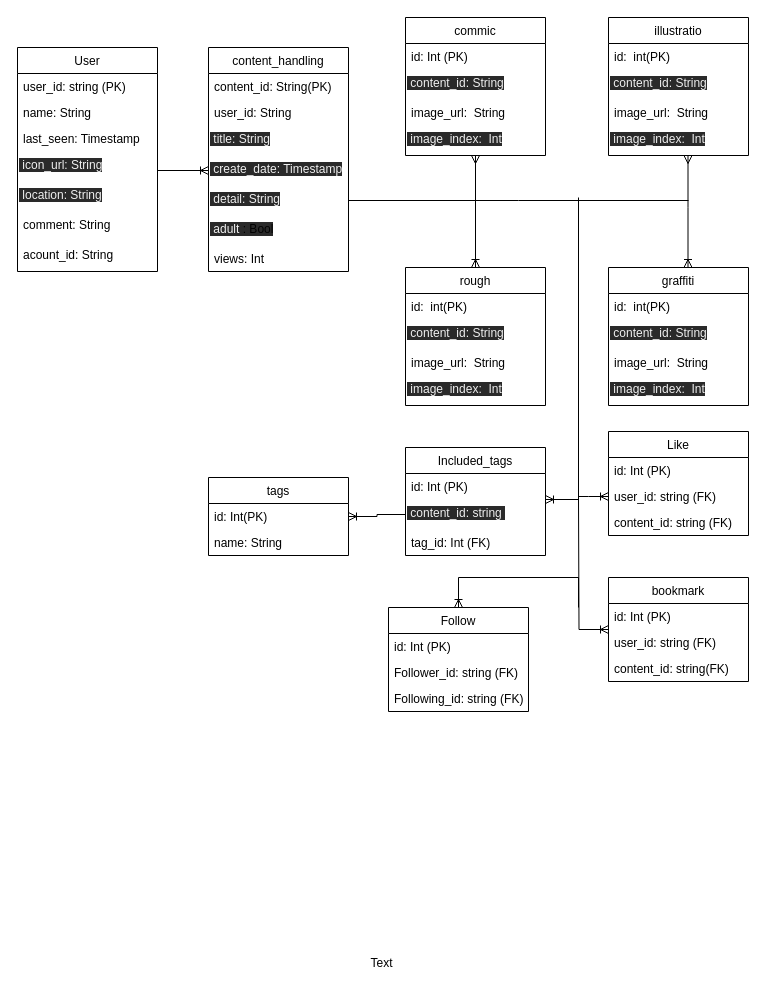
Earlier version of the draw.io diagram er.drawio (uechan9220/Shalust). Source tidied: cells renumbered, new cells numbered last; positions are measured from the earlier drawing's top-left corner, leaving out a move shared by most shapes. Both pictures are drawn from the tidied source at 100%, with x=0, y=0 at pixel (17, 17).
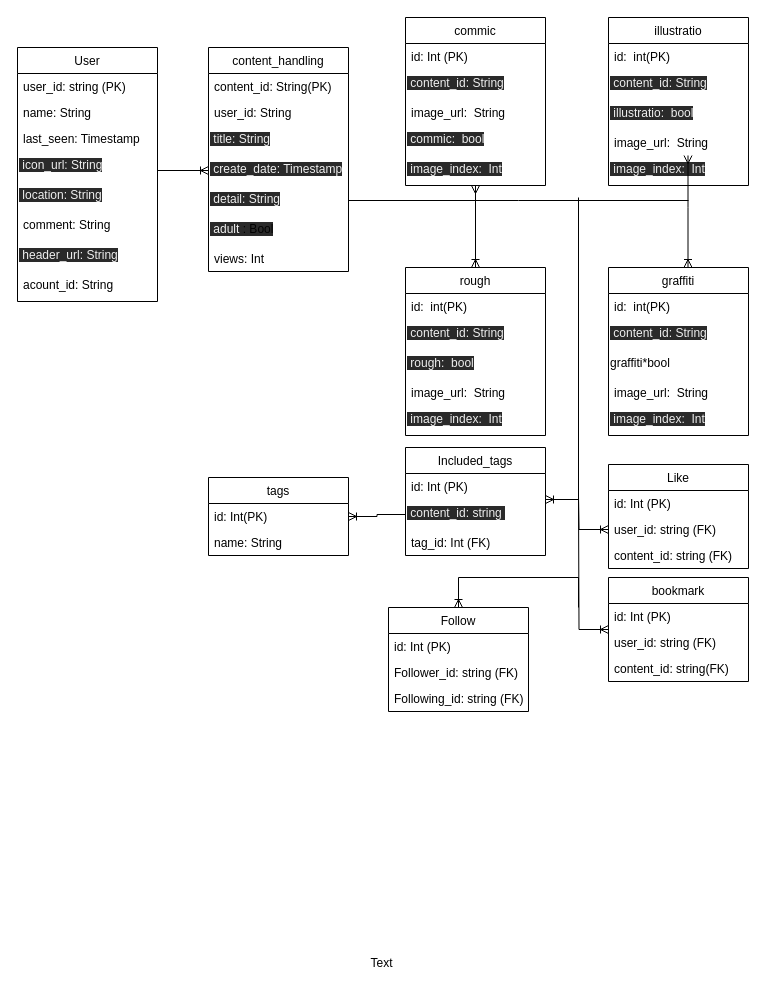
Above is the later version.

What changed in the source:
```diff
@@
     <mxCell id="2" value="User" style="swimlane;fontStyle=0;horizontal=1;startSize=26;fillColor=none;" parent="1" vertex="1">
-      <mxGeometry y="30" width="140" height="224" as="geometry" />
+      <mxGeometry y="30" width="140" height="254" as="geometry" />
     </mxCell>
@@
+    <mxCell id="68" value="&lt;span style=&quot;color: rgb(240 , 240 , 240) ; font-family: &amp;#34;helvetica&amp;#34; ; font-size: 12px ; font-style: normal ; font-weight: 400 ; letter-spacing: normal ; text-align: left ; text-indent: 0px ; text-transform: none ; word-spacing: 0px ; background-color: rgb(42 , 42 , 42) ; float: none ; display: inline&quot;&gt;&amp;nbsp;header_url: String&lt;/span&gt;" style="text;whiteSpace=wrap;html=1;" parent="2" vertex="1">
+      <mxGeometry y="194" width="140" height="30" as="geometry" />
+    </mxCell>
     <mxCell id="9" value="acount_id: String" style="text;strokeColor=none;fillColor=none;align=left;verticalAlign=top;spacingLeft=4;spacingRight=4;overflow=hidden;" parent="2" vertex="1">
-      <mxGeometry y="194" width="140" height="30" as="geometry" />
+      <mxGeometry y="224" width="140" height="30" as="geometry" />
     </mxCell>
@@
     <mxCell id="18" value="commic" style="swimlane;fontStyle=0;horizontal=1;startSize=26;fillColor=none;" parent="1" vertex="1">
-      <mxGeometry x="388" width="140" height="138" as="geometry" />
+      <mxGeometry x="388" width="140" height="168" as="geometry" />
     </mxCell>
@@
+    <mxCell id="69" value="&lt;span style=&quot;color: rgb(240 , 240 , 240) ; font-family: &amp;#34;helvetica&amp;#34; ; font-size: 12px ; font-style: normal ; font-weight: 400 ; letter-spacing: normal ; text-align: left ; text-indent: 0px ; text-transform: none ; word-spacing: 0px ; background-color: rgb(42 , 42 , 42) ; float: none ; display: inline&quot;&gt;&amp;nbsp;commic:&amp;nbsp; bool&lt;/span&gt;" style="text;whiteSpace=wrap;html=1;" parent="18" vertex="1">
+      <mxGeometry y="108" width="140" height="30" as="geometry" />
+    </mxCell>
     <mxCell id="22" value="&lt;span style=&quot;color: rgb(240 , 240 , 240) ; font-family: &amp;#34;helvetica&amp;#34; ; font-size: 12px ; font-style: normal ; font-weight: 400 ; letter-spacing: normal ; text-align: left ; text-indent: 0px ; text-transform: none ; word-spacing: 0px ; background-color: rgb(42 , 42 , 42) ; float: none ; display: inline&quot;&gt;&amp;nbsp;image_index:&amp;nbsp; Int&lt;/span&gt;" style="text;whiteSpace=wrap;html=1;" parent="18" vertex="1">
-      <mxGeometry y="108" width="140" height="30" as="geometry" />
+      <mxGeometry y="138" width="140" height="30" as="geometry" />
     </mxCell>
     <mxCell id="23" value="illustratio" style="swimlane;fontStyle=0;horizontal=1;startSize=26;fillColor=none;" parent="1" vertex="1">
-      <mxGeometry x="591" width="140" height="138" as="geometry" />
+      <mxGeometry x="591" width="140" height="168" as="geometry" />
     </mxCell>
@@
+    <mxCell id="70" value="&lt;span style=&quot;color: rgb(240 , 240 , 240) ; font-family: &amp;#34;helvetica&amp;#34; ; font-size: 12px ; font-style: normal ; font-weight: 400 ; letter-spacing: normal ; text-align: left ; text-indent: 0px ; text-transform: none ; word-spacing: 0px ; background-color: rgb(42 , 42 , 42) ; float: none ; display: inline&quot;&gt;&amp;nbsp;&lt;span style=&quot;font-family: &amp;#34;helvetica&amp;#34; ; text-align: center&quot;&gt;illustratio&lt;/span&gt;:&amp;nbsp; bool&lt;/span&gt;" style="text;whiteSpace=wrap;html=1;" parent="23" vertex="1">
+      <mxGeometry y="82" width="140" height="30" as="geometry" />
+    </mxCell>
     <mxCell id="26" value="image_url:  String" style="text;strokeColor=none;fillColor=none;align=left;verticalAlign=top;spacingLeft=4;spacingRight=4;overflow=hidden;" parent="23" vertex="1">
-      <mxGeometry y="82" width="140" height="26" as="geometry" />
+      <mxGeometry y="112" width="140" height="26" as="geometry" />
     </mxCell>
     <mxCell id="27" value="&lt;span style=&quot;color: rgb(240, 240, 240); font-family: helvetica; font-size: 12px; font-style: normal; font-variant-ligatures: normal; font-variant-caps: normal; font-weight: 400; letter-spacing: normal; orphans: 2; text-align: left; text-indent: 0px; text-transform: none; widows: 2; word-spacing: 0px; -webkit-text-stroke-width: 0px; background-color: rgb(42, 42, 42); text-decoration-style: initial; text-decoration-color: initial; float: none; display: inline !important;&quot;&gt;&amp;nbsp;image_index:&amp;nbsp; Int&lt;/span&gt;" style="text;whiteSpace=wrap;html=1;" parent="23" vertex="1">
-      <mxGeometry y="108" width="140" height="30" as="geometry" />
+      <mxGeometry y="138" width="140" height="30" as="geometry" />
     </mxCell>
@@
     <mxCell id="30" value="rough" style="swimlane;fontStyle=0;horizontal=1;startSize=26;fillColor=none;" parent="1" vertex="1">
-      <mxGeometry x="388" y="250" width="140" height="138" as="geometry" />
+      <mxGeometry x="388" y="250" width="140" height="168" as="geometry" />
     </mxCell>
@@
+    <mxCell id="71" value="&lt;span style=&quot;color: rgb(240 , 240 , 240) ; font-family: &amp;#34;helvetica&amp;#34; ; font-size: 12px ; font-style: normal ; font-weight: 400 ; letter-spacing: normal ; text-align: left ; text-indent: 0px ; text-transform: none ; word-spacing: 0px ; background-color: rgb(42 , 42 , 42) ; float: none ; display: inline&quot;&gt;&amp;nbsp;rough:&amp;nbsp; bool&lt;/span&gt;" style="text;whiteSpace=wrap;html=1;" parent="30" vertex="1">
+      <mxGeometry y="82" width="140" height="30" as="geometry" />
+    </mxCell>
     <mxCell id="33" value="image_url:  String" style="text;strokeColor=none;fillColor=none;align=left;verticalAlign=top;spacingLeft=4;spacingRight=4;overflow=hidden;" parent="30" vertex="1">
-      <mxGeometry y="82" width="140" height="26" as="geometry" />
+      <mxGeometry y="112" width="140" height="26" as="geometry" />
     </mxCell>
     <mxCell id="34" value="&lt;span style=&quot;color: rgb(240, 240, 240); font-family: helvetica; font-size: 12px; font-style: normal; font-variant-ligatures: normal; font-variant-caps: normal; font-weight: 400; letter-spacing: normal; orphans: 2; text-align: left; text-indent: 0px; text-transform: none; widows: 2; word-spacing: 0px; -webkit-text-stroke-width: 0px; background-color: rgb(42, 42, 42); text-decoration-style: initial; text-decoration-color: initial; float: none; display: inline !important;&quot;&gt;&amp;nbsp;image_index:&amp;nbsp; Int&lt;/span&gt;" style="text;whiteSpace=wrap;html=1;" parent="30" vertex="1">
-      <mxGeometry y="108" width="140" height="30" as="geometry" />
+      <mxGeometry y="138" width="140" height="30" as="geometry" />
     </mxCell>
     <mxCell id="35" value="graffiti" style="swimlane;fontStyle=0;horizontal=1;startSize=26;fillColor=none;" parent="1" vertex="1">
-      <mxGeometry x="591" y="250" width="140" height="138" as="geometry" />
+      <mxGeometry x="591" y="250" width="140" height="168" as="geometry" />
     </mxCell>
@@
+    <mxCell id="72" value="&lt;span style=&quot;text-align: center&quot;&gt;graffiti*bool&lt;/span&gt;" style="text;whiteSpace=wrap;html=1;" parent="35" vertex="1">
+      <mxGeometry y="82" width="140" height="30" as="geometry" />
+    </mxCell>
     <mxCell id="38" value="image_url:  String" style="text;strokeColor=none;fillColor=none;align=left;verticalAlign=top;spacingLeft=4;spacingRight=4;overflow=hidden;" parent="35" vertex="1">
-      <mxGeometry y="82" width="140" height="26" as="geometry" />
+      <mxGeometry y="112" width="140" height="26" as="geometry" />
     </mxCell>
     <mxCell id="39" value="&lt;span style=&quot;color: rgb(240, 240, 240); font-family: helvetica; font-size: 12px; font-style: normal; font-variant-ligatures: normal; font-variant-caps: normal; font-weight: 400; letter-spacing: normal; orphans: 2; text-align: left; text-indent: 0px; text-transform: none; widows: 2; word-spacing: 0px; -webkit-text-stroke-width: 0px; background-color: rgb(42, 42, 42); text-decoration-style: initial; text-decoration-color: initial; float: none; display: inline !important;&quot;&gt;&amp;nbsp;image_index:&amp;nbsp; Int&lt;/span&gt;" style="text;whiteSpace=wrap;html=1;" parent="35" vertex="1">
-      <mxGeometry y="108" width="140" height="30" as="geometry" />
+      <mxGeometry y="138" width="140" height="30" as="geometry" />
     </mxCell>
@@
-    <mxCell id="43" value="Like" style="swimlane;fontStyle=0;horizontal=1;startSize=26;fillColor=none;" parent="1" vertex="1">
-      <mxGeometry x="591" y="414" width="140" height="104" as="geometry" />
-    </mxCell>
-    <mxCell id="44" value="id: Int (PK)" style="text;strokeColor=none;fillColor=none;align=left;verticalAlign=top;spacingLeft=4;spacingRight=4;overflow=hidden;" parent="43" vertex="1">
-      <mxGeometry y="26" width="140" height="26" as="geometry" />
-    </mxCell>
-    <mxCell id="45" value="user_id: string (FK)" style="text;strokeColor=none;fillColor=none;align=left;verticalAlign=top;spacingLeft=4;spacingRight=4;overflow=hidden;points=[[0,0.5],[1,0.5]];portConstraint=eastwest;" parent="43" vertex="1">
-      <mxGeometry y="52" width="140" height="26" as="geometry" />
-    </mxCell>
-    <mxCell id="46" value="content_id: string (FK)" style="text;strokeColor=none;fillColor=none;align=left;verticalAlign=top;spacingLeft=4;spacingRight=4;overflow=hidden;" parent="43" vertex="1">
-      <mxGeometry y="78" width="140" height="26" as="geometry" />
-    </mxCell>
@@
+    <mxCell id="43" value="Like" style="swimlane;fontStyle=0;horizontal=1;startSize=26;fillColor=none;" parent="1" vertex="1">
+      <mxGeometry x="591" y="447" width="140" height="104" as="geometry" />
+    </mxCell>
+    <mxCell id="44" value="id: Int (PK)" style="text;strokeColor=none;fillColor=none;align=left;verticalAlign=top;spacingLeft=4;spacingRight=4;overflow=hidden;" parent="43" vertex="1">
+      <mxGeometry y="26" width="140" height="26" as="geometry" />
+    </mxCell>
+    <mxCell id="45" value="user_id: string (FK)" style="text;strokeColor=none;fillColor=none;align=left;verticalAlign=top;spacingLeft=4;spacingRight=4;overflow=hidden;points=[[0,0.5],[1,0.5]];portConstraint=eastwest;" parent="43" vertex="1">
+      <mxGeometry y="52" width="140" height="26" as="geometry" />
+    </mxCell>
+    <mxCell id="46" value="content_id: string (FK)" style="text;strokeColor=none;fillColor=none;align=left;verticalAlign=top;spacingLeft=4;spacingRight=4;overflow=hidden;" parent="43" vertex="1">
+      <mxGeometry y="78" width="140" height="26" as="geometry" />
+    </mxCell>
```
